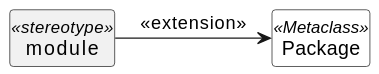
sdm-lang/tree-sitter-sdml keeps this PlantUML diagram as docs/uml-profile-module.svg. Above is the earlier version.
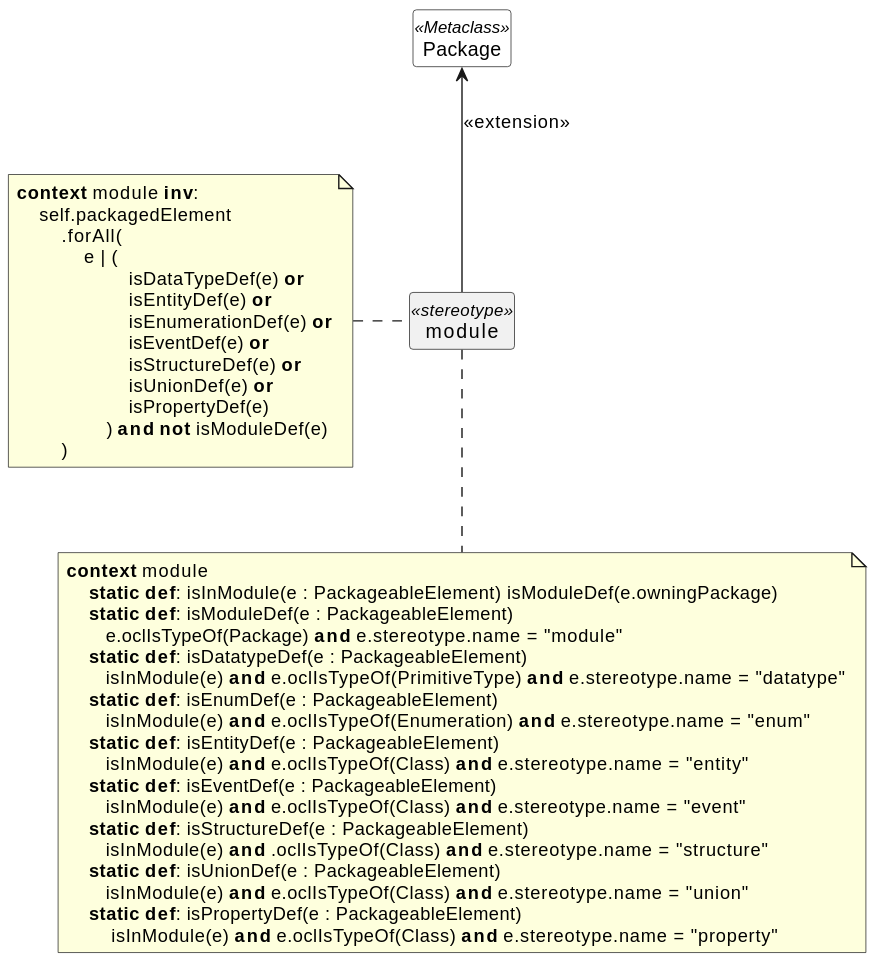
Above is the later version.

Diff of the diagram source:
```diff
@@ -1,9 +1,50 @@
 @startuml
 skinparam backgroundColor transparent
+skinparam style strictuml
+skinparam linetype polyline
+skinparam nodesep 40
+
 hide circle
 hide members
 
 class Package <<Metaclass>> #white {}
 class module <<stereotype>> {}
-module -> Package: <<extension>>
+module -up-> Package: <<extension>>
+
+note left of module
+**context** module **inv**:
+    self.packagedElement
+        .forAll(
+            e | (
+                    isDataTypeDef(e) **or**
+                    isEntityDef(e) **or**
+                    isEnumerationDef(e) **or**
+                    isEventDef(e) **or**
+                    isStructureDef(e) **or**
+                    isUnionDef(e) **or**
+                    isPropertyDef(e)
+                ) **and** **not** isModuleDef(e)
+        )
+end note
+
+note bottom of module
+**context** module
+    **static** **def**: isInModule(e : PackageableElement) isModuleDef(e.owningPackage)
+    **static** **def**: isModuleDef(e : PackageableElement)
+       e.oclIsTypeOf(Package) **and** e.stereotype.name = "module"
+    **static** **def**: isDatatypeDef(e : PackageableElement)
+       isInModule(e) **and** e.oclIsTypeOf(PrimitiveType) **and** e.stereotype.name = "datatype"
+    **static** **def**: isEnumDef(e : PackageableElement)
+       isInModule(e) **and** e.oclIsTypeOf(Enumeration) **and** e.stereotype.name = "enum"
+    **static** **def**: isEntityDef(e : PackageableElement)
+       isInModule(e) **and** e.oclIsTypeOf(Class) **and** e.stereotype.name = "entity"
+    **static** **def**: isEventDef(e : PackageableElement)
+       isInModule(e) **and** e.oclIsTypeOf(Class) **and** e.stereotype.name = "event"
+    **static** **def**: isStructureDef(e : PackageableElement)
+       isInModule(e) **and** .oclIsTypeOf(Class) **and** e.stereotype.name = "structure"
+    **static** **def**: isUnionDef(e : PackageableElement)
+       isInModule(e) **and** e.oclIsTypeOf(Class) **and** e.stereotype.name = "union"
+    **static** **def**: isPropertyDef(e : PackageableElement)
+        isInModule(e) **and** e.oclIsTypeOf(Class) **and** e.stereotype.name = "property"
+end note
 @enduml
```
